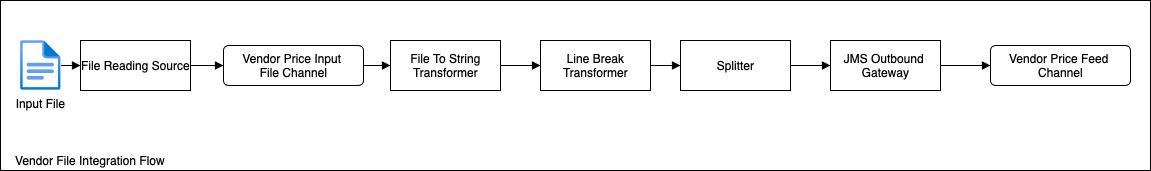
The draw.io diagram images/VendorFileIntegrationFlow.png in kishorechk/vendor-price-aggregator, before a commit. Source tidied: cells renumbered, new cells last; positions are measured from the earlier drawing's top-left corner, leaving out a move shared by most shapes. Source of this version:
```xml
<mxGraphModel>
  <root>
    <mxCell id="0" />
    <mxCell id="1" parent="0" />
    <mxCell id="2" style="rounded=0;whiteSpace=wrap;html=1;" parent="1" vertex="1">
      <mxGeometry width="1150" height="170" as="geometry" />
    </mxCell>
    <mxCell id="3" value="File Reading Source" style="html=1;" parent="1" vertex="1">
      <mxGeometry x="80" y="40" width="110" height="50" as="geometry" />
    </mxCell>
    <mxCell id="4" value="JMS Outbound &lt;br&gt;Gateway" style="html=1;" parent="1" vertex="1">
      <mxGeometry x="830" y="40" width="110" height="50" as="geometry" />
    </mxCell>
    <mxCell id="5" value="Vendor Price Input&amp;nbsp;&lt;br&gt;File Channel" style="html=1;align=center;verticalAlign=top;rounded=1;absoluteArcSize=1;arcSize=10;dashed=0;" parent="1" vertex="1">
      <mxGeometry x="223" y="45" width="140" height="40" as="geometry" />
    </mxCell>
    <mxCell id="6" style="html=1;verticalAlign=bottom;endArrow=block;exitX=1;exitY=0.5;exitDx=0;exitDy=0;entryX=0;entryY=0.5;entryDx=0;entryDy=0;" parent="1" edge="1" source="3" target="5">
      <mxGeometry relative="1" as="geometry" />
    </mxCell>
    <mxCell id="7" value="File To String&lt;br&gt;Transformer" style="html=1;" parent="1" vertex="1">
      <mxGeometry x="390" y="40" width="110" height="50" as="geometry" />
    </mxCell>
    <mxCell id="8" value="Line Break&lt;br&gt;Transformer" style="html=1;" parent="1" vertex="1">
      <mxGeometry x="540" y="40" width="110" height="50" as="geometry" />
    </mxCell>
    <mxCell id="9" value="Splitter" style="html=1;" parent="1" vertex="1">
      <mxGeometry x="680" y="40" width="110" height="50" as="geometry" />
    </mxCell>
    <mxCell id="10" style="html=1;verticalAlign=bottom;endArrow=block;exitX=1;exitY=0.5;exitDx=0;exitDy=0;entryX=0;entryY=0.5;entryDx=0;entryDy=0;" parent="1" edge="1" source="9" target="4">
      <mxGeometry relative="1" as="geometry" />
    </mxCell>
    <mxCell id="11" style="html=1;verticalAlign=bottom;endArrow=block;exitX=1;exitY=0.5;exitDx=0;exitDy=0;entryX=0;entryY=0.5;entryDx=0;entryDy=0;" parent="1" edge="1" source="8" target="9">
      <mxGeometry relative="1" as="geometry" />
    </mxCell>
    <mxCell id="12" style="html=1;verticalAlign=bottom;endArrow=block;exitX=1;exitY=0.5;exitDx=0;exitDy=0;entryX=0;entryY=0.5;entryDx=0;entryDy=0;" parent="1" edge="1" source="7" target="8">
      <mxGeometry relative="1" as="geometry" />
    </mxCell>
    <mxCell id="13" style="html=1;verticalAlign=bottom;endArrow=block;exitX=1;exitY=0.5;exitDx=0;exitDy=0;entryX=0;entryY=0.5;entryDx=0;entryDy=0;" parent="1" edge="1" source="5" target="7">
      <mxGeometry relative="1" as="geometry" />
    </mxCell>
    <mxCell id="14" value="Vendor Price Feed &lt;br&gt;Channel" style="html=1;align=center;verticalAlign=top;rounded=1;absoluteArcSize=1;arcSize=10;dashed=0;" parent="1" vertex="1">
      <mxGeometry x="990" y="45" width="140" height="40" as="geometry" />
    </mxCell>
    <mxCell id="15" style="html=1;verticalAlign=bottom;endArrow=block;entryX=0;entryY=0.5;entryDx=0;entryDy=0;exitX=1;exitY=0.5;exitDx=0;exitDy=0;" parent="1" edge="1" source="4" target="14">
      <mxGeometry relative="1" as="geometry" />
    </mxCell>
    <mxCell id="16" value="Input File" style="html=1;points=[];align=center;image;fontSize=12;image=img/lib/azure2/general/File.svg;" parent="1" vertex="1">
      <mxGeometry x="20" y="40" width="40.6" height="50" as="geometry" />
    </mxCell>
    <mxCell id="17" style="html=1;verticalAlign=bottom;endArrow=block;entryX=0;entryY=0.5;entryDx=0;entryDy=0;" parent="1" edge="1" source="16" target="3">
      <mxGeometry relative="1" as="geometry" />
    </mxCell>
    <mxCell id="18" value="Vendor File Integration Flow" style="text;html=1;strokeColor=none;fillColor=none;align=center;verticalAlign=middle;whiteSpace=wrap;rounded=0;" parent="1" vertex="1">
      <mxGeometry y="150" width="180" height="20" as="geometry" />
    </mxCell>
  </root>
</mxGraphModel>
```
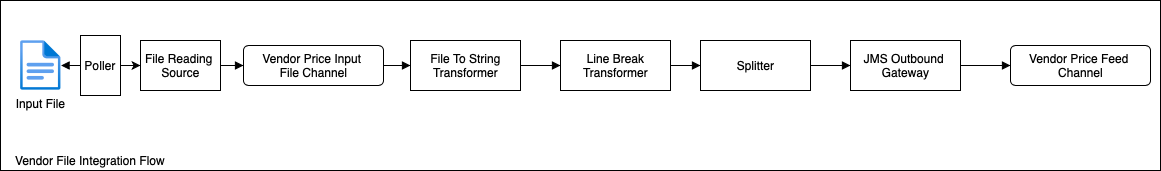
The same file after the commit.

Commit message:
vendor file flow image

The edit, as a diff of the source:
```diff
@@ -3,10 +3,10 @@
     <mxCell id="0" />
     <mxCell id="1" parent="0" />
     <mxCell id="2" style="rounded=0;whiteSpace=wrap;html=1;" parent="1" vertex="1">
-      <mxGeometry width="1150" height="170" as="geometry" />
+      <mxGeometry x="-20" width="1160" height="170" as="geometry" />
     </mxCell>
-    <mxCell id="3" value="File Reading Source" style="html=1;" parent="1" vertex="1">
-      <mxGeometry x="80" y="40" width="110" height="50" as="geometry" />
+    <mxCell id="3" value="File Reading &lt;br&gt;Source" style="html=1;" parent="1" vertex="1">
+      <mxGeometry x="120" y="40" width="80" height="50" as="geometry" />
     </mxCell>
     <mxCell id="4" value="JMS Outbound &lt;br&gt;Gateway" style="html=1;" parent="1" vertex="1">
       <mxGeometry x="830" y="40" width="110" height="50" as="geometry" />
@@ -45,13 +45,19 @@
       <mxGeometry relative="1" as="geometry" />
     </mxCell>
     <mxCell id="16" value="Input File" style="html=1;points=[];align=center;image;fontSize=12;image=img/lib/azure2/general/File.svg;" parent="1" vertex="1">
-      <mxGeometry x="20" y="40" width="40.6" height="50" as="geometry" />
+      <mxGeometry y="40" width="40.6" height="50" as="geometry" />
     </mxCell>
-    <mxCell id="17" style="html=1;verticalAlign=bottom;endArrow=block;entryX=0;entryY=0.5;entryDx=0;entryDy=0;" parent="1" edge="1" source="16" target="3">
+    <mxCell id="17" style="html=1;verticalAlign=bottom;endArrow=block;exitX=0;exitY=0.5;exitDx=0;exitDy=0;" parent="1" edge="1" source="20" target="16">
       <mxGeometry relative="1" as="geometry" />
     </mxCell>
     <mxCell id="18" value="Vendor File Integration Flow" style="text;html=1;strokeColor=none;fillColor=none;align=center;verticalAlign=middle;whiteSpace=wrap;rounded=0;" parent="1" vertex="1">
-      <mxGeometry y="150" width="180" height="20" as="geometry" />
+      <mxGeometry x="-20" y="150" width="180" height="20" as="geometry" />
     </mxCell>
+    <mxCell id="19" style="edgeStyle=orthogonalEdgeStyle;rounded=0;jettySize=auto;html=1;" parent="1" edge="1" source="20" target="3">
+      <mxGeometry relative="1" as="geometry" />
+    </mxCell>
+    <mxCell id="20" value="Poller" style="rounded=0;whiteSpace=wrap;html=1;" parent="1" vertex="1">
+      <mxGeometry x="60" y="35" width="40" height="60" as="geometry" />
+    </mxCell>
   </root>
 </mxGraphModel>
```
